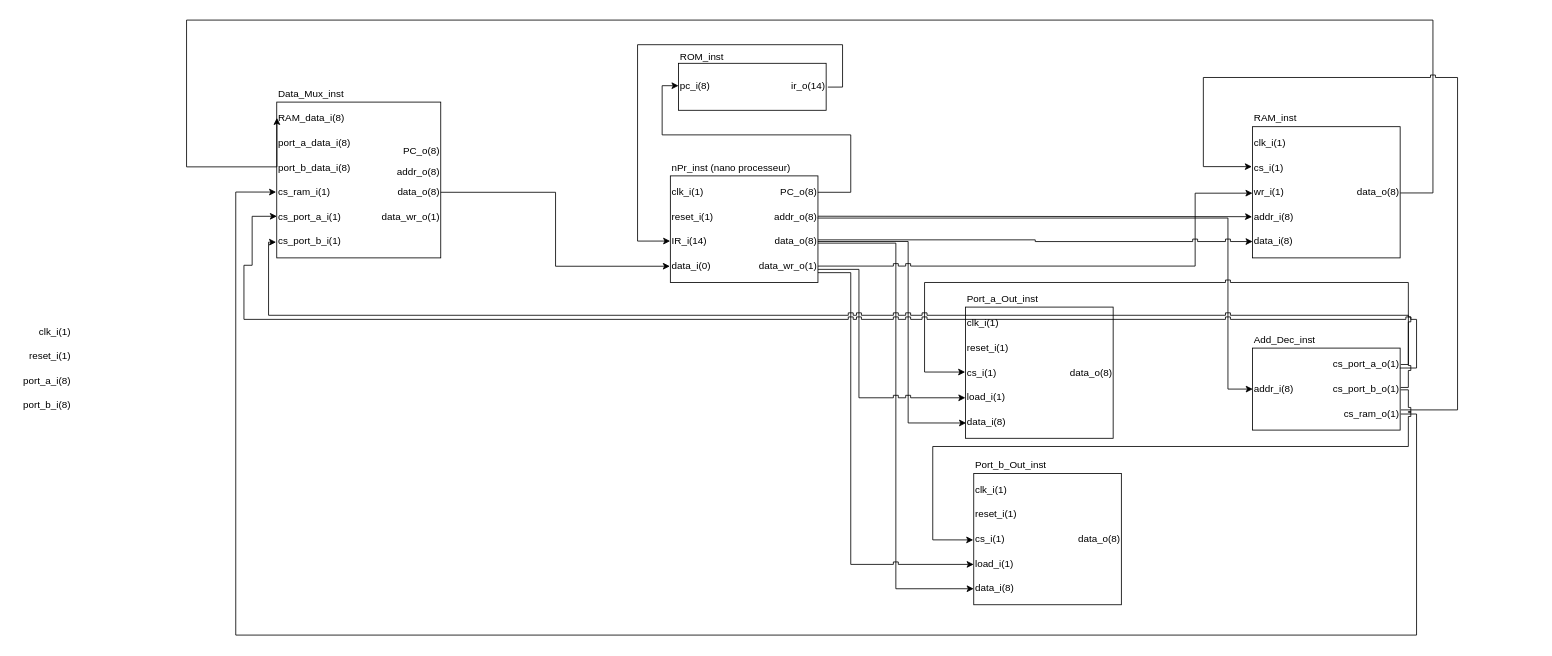
catabozan/sysnum-applique keeps this draw.io diagram as _documents/schemas/nanoControleur.drawio. Above is the earlier version. Source tidied: cells renumbered, new cells numbered last; positions are measured from the earlier drawing's top-left corner, leaving out a move shared by most shapes. Both pictures are drawn from the tidied source at 82%, with x=0, y=0 at pixel (14, 20).
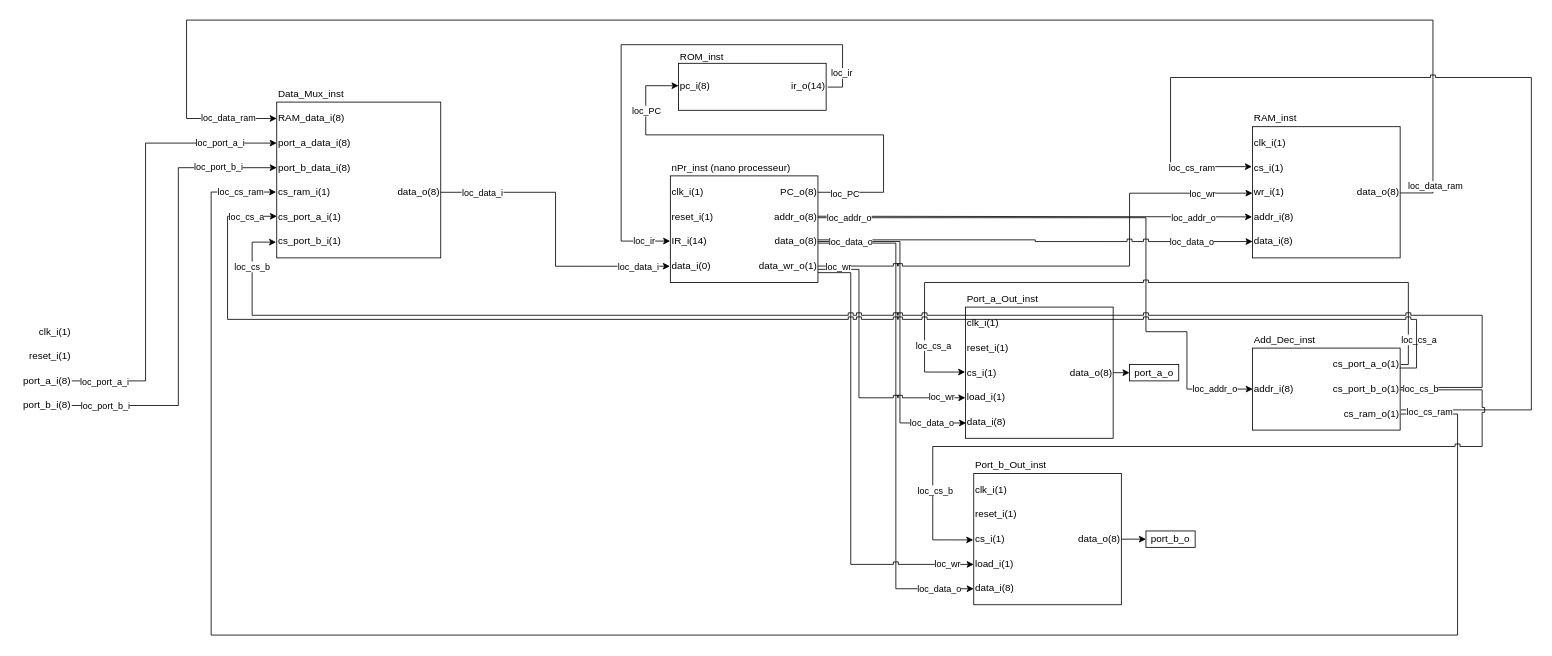
The same page after the edit.

Commit message:
feat: add local signals in nanoController schema

Unchanged cells that the change refers to:
```xml
<mxCell id="6" value="IR_i(14)" style="text;html=1;align=left;verticalAlign=middle;points=[];strokeColor=none;fillColor=none;" parent="2" vertex="1">
<mxCell id="9" value="PC_o(8)" style="text;html=1;align=right;verticalAlign=middle;points=[];strokeColor=none;fillColor=none;" parent="2" vertex="1">
<mxCell id="10" value="addr_o(8)" style="text;html=1;align=right;verticalAlign=middle;points=[];strokeColor=none;fillColor=none;" parent="2" vertex="1">
<mxCell id="11" value="data_o(8)" style="text;html=1;align=right;verticalAlign=middle;points=[];strokeColor=none;fillColor=none;" parent="2" vertex="1">
<mxCell id="12" value="data_wr_o(1)" style="text;html=1;align=right;verticalAlign=middle;points=[];strokeColor=none;fillColor=none;" parent="2" vertex="1">
<mxCell id="15" value="port_a_i(8)" style="text;html=1;align=right;verticalAlign=middle;points=[];strokeColor=none;fillColor=none;" parent="1" vertex="1">
<mxCell id="16" value="port_b_i(8)" style="text;html=1;align=right;verticalAlign=middle;points=[];strokeColor=none;fillColor=none;" parent="1" vertex="1">
<mxCell id="17" style="group;" parent="1" vertex="1">
<mxCell id="19" value="RAM_data_i(8)" style="text;html=1;align=left;verticalAlign=middle;points=[];strokeColor=none;fillColor=none;" parent="17" vertex="1">
<mxCell id="20" value="port_a_data_i(8)" style="text;html=1;align=left;verticalAlign=middle;points=[];strokeColor=none;fillColor=none;" parent="17" vertex="1">
<mxCell id="21" value="port_b_data_i(8)" style="text;html=1;align=left;verticalAlign=middle;points=[];strokeColor=none;fillColor=none;" parent="17" vertex="1">
<mxCell id="23" value="cs_ram_i(1)" style="text;html=1;align=left;verticalAlign=middle;points=[];strokeColor=none;fillColor=none;" parent="17" vertex="1">
<mxCell id="28" value="cs_port_a_i(1)" style="text;html=1;align=left;verticalAlign=middle;points=[];strokeColor=none;fillColor=none;" parent="17" vertex="1">
<mxCell id="29" value="cs_port_b_i(1)" style="text;html=1;align=left;verticalAlign=middle;points=[];strokeColor=none;fillColor=none;" parent="17" vertex="1">
<mxCell id="37" value="data_o(8)" style="text;html=1;align=right;verticalAlign=middle;points=[];strokeColor=none;fillColor=none;" parent="30" vertex="1">
<mxCell id="38" value="data_i(8)" style="text;html=1;align=left;verticalAlign=middle;points=[];strokeColor=none;fillColor=none;" parent="30" vertex="1">
<mxCell id="42" value="cs_i(1)" style="text;html=1;align=left;verticalAlign=middle;points=[];strokeColor=none;fillColor=none;" parent="39" vertex="1">
<mxCell id="46" value="data_o(8)" style="text;html=1;align=right;verticalAlign=middle;points=[];strokeColor=none;fillColor=none;" parent="39" vertex="1">
<mxCell id="50" value="addr_i(8)" style="text;html=1;align=left;verticalAlign=middle;points=[];strokeColor=none;fillColor=none;" parent="48" vertex="1">
<mxCell id="53" value="cs_port_b_o(1)" style="text;html=1;align=right;verticalAlign=middle;points=[];strokeColor=none;fillColor=none;" parent="48" vertex="1">
<mxCell id="54" value="cs_ram_o(1)" style="text;html=1;align=right;verticalAlign=middle;points=[];strokeColor=none;fillColor=none;" parent="48" vertex="1">
<mxCell id="58" value="pc_i(8)" style="text;html=1;align=left;verticalAlign=middle;points=[];strokeColor=none;fillColor=none;" parent="55" vertex="1">
<mxCell id="59" value="ir_o(14)" style="text;html=1;align=right;verticalAlign=middle;points=[];strokeColor=none;fillColor=none;" parent="55" vertex="1">
<mxCell id="65" value="cs_i(1)" style="text;html=1;align=left;verticalAlign=middle;points=[];strokeColor=none;fillColor=none;" parent="62" vertex="1">
<mxCell id="66" value="wr_i(1)" style="text;html=1;align=left;verticalAlign=middle;points=[];strokeColor=none;fillColor=none;" parent="62" vertex="1">
<mxCell id="68" value="addr_i(8)" style="text;html=1;align=left;verticalAlign=middle;points=[];strokeColor=none;fillColor=none;" parent="62" vertex="1">
<mxCell id="69" value="data_o(8)" style="text;html=1;align=right;verticalAlign=middle;points=[];strokeColor=none;fillColor=none;" parent="62" vertex="1">
<mxCell id="73" style="edgeStyle=orthogonalEdgeStyle;rounded=0;jettySize=auto;html=1;entryX=-0.008;entryY=0.509;entryDx=0;entryDy=0;entryPerimeter=0;" parent="1" edge="1" source="26" target="8">
<mxCell id="75" style="edgeStyle=orthogonalEdgeStyle;rounded=0;jettySize=auto;html=1;entryX=-0.001;entryY=0.524;entryDx=0;entryDy=0;entryPerimeter=0;" parent="1" edge="1" target="47">
<mxCell id="77" style="edgeStyle=orthogonalEdgeStyle;html=1;jumpStyle=sharp;rounded=0;entryX=0.001;entryY=0.503;entryDx=0;entryDy=0;entryPerimeter=0;" parent="1" edge="1" target="70">
<mxCell id="78" style="edgeStyle=orthogonalEdgeStyle;rounded=0;jumpStyle=sharp;html=1;entryX=-0.003;entryY=0.53;entryDx=0;entryDy=0;entryPerimeter=0;" parent="1" edge="1" target="36">
<mxCell id="79" style="edgeStyle=orthogonalEdgeStyle;rounded=0;jumpStyle=sharp;html=1;entryX=-0.001;entryY=0.54;entryDx=0;entryDy=0;entryPerimeter=0;" parent="1" edge="1" target="45">
<mxCell id="83" style="edgeStyle=orthogonalEdgeStyle;rounded=0;jumpStyle=sharp;html=1;entryX=-0.009;entryY=0.461;entryDx=0;entryDy=0;entryPerimeter=0;exitX=1.009;exitY=0.5;exitDx=0;exitDy=0;exitPerimeter=0;" parent="1" edge="1" source="52" target="33">
```

Change to the diagram source:
```diff
@@
+    <mxCell id="87" style="edgeStyle=orthogonalEdgeStyle;html=1;rounded=0;" parent="1" edge="1" source="15" target="20">
+      <mxGeometry relative="1" as="geometry">
+        <Array as="points">
+          <mxPoint x="160" y="440" />
+          <mxPoint x="160" y="150" />
+        </Array>
+      </mxGeometry>
+    </mxCell>
+    <mxCell id="88" value="loc_port_a_i" style="edgeLabel;html=1;align=center;verticalAlign=middle;" parent="87" vertex="1">
+      <mxGeometry x="-0.91" relative="1" as="geometry">
+        <mxPoint x="15" as="offset" />
+      </mxGeometry>
+    </mxCell>
+    <mxCell id="89" value="loc_port_a_i" style="edgeLabel;html=1;align=center;verticalAlign=middle;" parent="87" vertex="1">
+      <mxGeometry x="0.77" y="-2" relative="1" as="geometry">
+        <mxPoint x="-8" y="-3" as="offset" />
+      </mxGeometry>
+    </mxCell>
@@
+    <mxCell id="90" style="edgeStyle=orthogonalEdgeStyle;rounded=0;html=1;" parent="1" edge="1" source="16" target="21">
+      <mxGeometry relative="1" as="geometry">
+        <Array as="points">
+          <mxPoint x="200" y="470" />
+          <mxPoint x="200" y="180" />
+        </Array>
+      </mxGeometry>
+    </mxCell>
+    <mxCell id="91" value="loc_port_b_i" style="edgeLabel;html=1;align=center;verticalAlign=middle;" parent="90" vertex="1">
+      <mxGeometry x="-0.87" relative="1" as="geometry">
+        <mxPoint x="5" as="offset" />
+      </mxGeometry>
+    </mxCell>
+    <mxCell id="92" value="loc_port_b_i" style="edgeLabel;html=1;align=center;verticalAlign=middle;" parent="90" vertex="1">
+      <mxGeometry x="0.72" y="2" relative="1" as="geometry">
+        <mxPoint x="4" as="offset" />
+      </mxGeometry>
+    </mxCell>
@@
-    <mxCell id="24" value="PC_o(8)" style="text;html=1;align=right;verticalAlign=middle;strokeColor=none;fillColor=none;" parent="17" vertex="1">
-      <mxGeometry x="100" y="70" width="100" height="20" as="geometry" />
-    </mxCell>
-    <mxCell id="25" value="addr_o(8)" style="text;html=1;align=right;verticalAlign=middle;strokeColor=none;fillColor=none;" parent="17" vertex="1">
-      <mxGeometry x="100" y="95" width="100" height="20" as="geometry" />
-    </mxCell>
@@
-    <mxCell id="27" value="data_wr_o(1)" style="text;html=1;align=right;verticalAlign=middle;strokeColor=none;fillColor=none;" parent="17" vertex="1">
-      <mxGeometry x="100" y="150" width="100" height="20" as="geometry" />
-    </mxCell>
@@
     <mxCell id="60" style="edgeStyle=orthogonalEdgeStyle;rounded=0;jettySize=auto;html=1;entryX=0;entryY=0.432;entryDx=0;entryDy=0;entryPerimeter=0;" parent="1" edge="1" source="9" target="58">
       <mxGeometry relative="1" as="geometry">
         <Array as="points">
-          <mxPoint x="1020" y="210" />
-          <mxPoint x="1020" y="140" />
-          <mxPoint x="790" y="140" />
-          <mxPoint x="790" y="80" />
+          <mxPoint x="1060" y="210" />
+          <mxPoint x="1060" y="140" />
+          <mxPoint x="770" y="140" />
+          <mxPoint x="770" y="80" />
         </Array>
       </mxGeometry>
     </mxCell>
+    <mxCell id="93" value="loc_PC" style="edgeLabel;html=1;align=center;verticalAlign=middle;" parent="60" vertex="1">
+      <mxGeometry x="-0.88" y="-1" relative="1" as="geometry" />
+    </mxCell>
+    <mxCell id="94" value="loc_PC" style="edgeLabel;html=1;align=center;verticalAlign=middle;" parent="60" vertex="1">
+      <mxGeometry x="0.9" relative="1" as="geometry">
+        <mxPoint x="-12" y="30" as="offset" />
+      </mxGeometry>
+    </mxCell>
     <mxCell id="61" style="edgeStyle=orthogonalEdgeStyle;rounded=0;jettySize=auto;html=1;entryX=-0.004;entryY=0.474;entryDx=0;entryDy=0;entryPerimeter=0;exitX=1.023;exitY=0.516;exitDx=0;exitDy=0;exitPerimeter=0;" parent="1" edge="1" source="59" target="6">
       <mxGeometry relative="1" as="geometry">
         <Array as="points">
           <mxPoint x="1010" y="82" />
           <mxPoint x="1010" y="30" />
-          <mxPoint x="760" y="30" />
-          <mxPoint x="760" y="270" />
+          <mxPoint x="740" y="30" />
+          <mxPoint x="740" y="270" />
         </Array>
       </mxGeometry>
     </mxCell>
+    <mxCell id="95" value="loc_ir" style="edgeLabel;html=1;align=center;verticalAlign=middle;" parent="61" vertex="1">
+      <mxGeometry x="0.9" relative="1" as="geometry" />
+    </mxCell>
+    <mxCell id="96" value="loc_ir" style="edgeLabel;html=1;align=center;verticalAlign=middle;" parent="61" vertex="1">
+      <mxGeometry x="-0.89" y="2" relative="1" as="geometry" />
+    </mxCell>
@@
     <mxCell id="71" style="edgeStyle=orthogonalEdgeStyle;rounded=0;jettySize=auto;html=1;exitX=0.999;exitY=0.46;exitDx=0;exitDy=0;exitPerimeter=0;entryX=-0.008;entryY=0.5;entryDx=0;entryDy=0;entryPerimeter=0;jumpStyle=sharp;" parent="1" edge="1" source="10" target="68">
       <mxGeometry relative="1" as="geometry">
         <Array as="points">
-          <mxPoint x="1490" y="239" />
+          <mxPoint x="1245" y="239" />
           <mxPoint x="1509" y="240" />
         </Array>
       </mxGeometry>
     </mxCell>
+    <mxCell id="97" value="loc_addr_o" style="edgeLabel;html=1;align=center;verticalAlign=middle;" parent="71" vertex="1">
+      <mxGeometry x="0.73" y="-1" relative="1" as="geometry" />
+    </mxCell>
-    <mxCell id="72" style="edgeStyle=orthogonalEdgeStyle;rounded=0;jettySize=auto;html=1;entryX=0.006;entryY=0.5;entryDx=0;entryDy=0;entryPerimeter=0;exitX=0.994;exitY=0.572;exitDx=0;exitDy=0;exitPerimeter=0;jumpStyle=sharp;" parent="1" edge="1" source="10" target="50">
+    <mxCell id="72" style="edgeStyle=orthogonalEdgeStyle;rounded=0;jettySize=auto;html=1;entryX=0.006;entryY=0.5;entryDx=0;entryDy=0;entryPerimeter=0;jumpStyle=sharp;" parent="1" edge="1" source="10" target="50">
       <mxGeometry relative="1" as="geometry">
         <Array as="points">
-          <mxPoint x="1480" y="241" />
-          <mxPoint x="1480" y="450" />
+          <mxPoint x="1380" y="241" />
+          <mxPoint x="1380" y="380" />
+          <mxPoint x="1430" y="380" />
+          <mxPoint x="1430" y="450" />
         </Array>
       </mxGeometry>
     </mxCell>
+    <mxCell id="98" value="loc_addr_o" style="edgeLabel;html=1;align=center;verticalAlign=middle;" parent="72" vertex="1">
+      <mxGeometry x="-0.9" y="-1" relative="1" as="geometry">
+        <mxPoint y="-2" as="offset" />
+      </mxGeometry>
+    </mxCell>
+    <mxCell id="99" value="loc_addr_o" style="edgeLabel;html=1;align=center;verticalAlign=middle;" parent="72" vertex="1">
+      <mxGeometry x="0.84" y="-1" relative="1" as="geometry">
+        <mxPoint x="12" y="-2" as="offset" />
+      </mxGeometry>
+    </mxCell>
@@
+    <mxCell id="100" value="loc_data_i" style="edgeLabel;html=1;align=center;verticalAlign=middle;" parent="73" vertex="1">
+      <mxGeometry x="0.74" y="-1" relative="1" as="geometry">
+        <mxPoint x="9" y="-1" as="offset" />
+      </mxGeometry>
+    </mxCell>
+    <mxCell id="101" value="loc_data_i" style="edgeLabel;html=1;align=center;verticalAlign=middle;" parent="73" vertex="1">
+      <mxGeometry x="-0.73" relative="1" as="geometry" />
+    </mxCell>
     <mxCell id="74" style="edgeStyle=orthogonalEdgeStyle;rounded=0;jettySize=auto;html=1;entryX=0.009;entryY=0.567;entryDx=0;entryDy=0;entryPerimeter=0;" parent="1" edge="1" source="11" target="38">
       <mxGeometry relative="1" as="geometry">
         <Array as="points">
-          <mxPoint x="1090" y="270" />
-          <mxPoint x="1090" y="491" />
+          <mxPoint x="1080" y="270" />
+          <mxPoint x="1080" y="491" />
         </Array>
       </mxGeometry>
     </mxCell>
+    <mxCell id="102" value="loc_data_o" style="edgeLabel;html=1;align=center;verticalAlign=middle;" parent="74" vertex="1">
+      <mxGeometry x="0.8" y="-1" relative="1" as="geometry">
+        <mxPoint x="-2" y="-2" as="offset" />
+      </mxGeometry>
+    </mxCell>
@@
+    <mxCell id="103" value="loc_data_o" style="edgeLabel;html=1;align=center;verticalAlign=middle;" parent="75" vertex="1">
+      <mxGeometry x="0.89" y="1" relative="1" as="geometry">
+        <mxPoint x="-9" y="1" as="offset" />
+      </mxGeometry>
+    </mxCell>
     <mxCell id="76" style="edgeStyle=orthogonalEdgeStyle;rounded=0;jettySize=auto;html=1;entryX=-0.001;entryY=0.553;entryDx=0;entryDy=0;entryPerimeter=0;jumpStyle=sharp;" parent="1" edge="1" source="12" target="66">
       <mxGeometry relative="1" as="geometry">
         <Array as="points">
-          <mxPoint x="1440" y="300" />
-          <mxPoint x="1440" y="211" />
+          <mxPoint x="1360" y="300" />
+          <mxPoint x="1360" y="211" />
         </Array>
       </mxGeometry>
     </mxCell>
+    <mxCell id="104" value="loc_wr" style="edgeLabel;html=1;align=center;verticalAlign=middle;" parent="76" vertex="1">
+      <mxGeometry x="0.8" relative="1" as="geometry" />
+    </mxCell>
@@
+    <mxCell id="105" value="loc_data_o" style="edgeLabel;html=1;align=center;verticalAlign=middle;" parent="77" vertex="1">
+      <mxGeometry x="-0.88" relative="1" as="geometry">
+        <mxPoint x="7" y="2" as="offset" />
+      </mxGeometry>
+    </mxCell>
+    <mxCell id="106" value="loc_data_o" style="edgeLabel;html=1;align=center;verticalAlign=middle;" parent="77" vertex="1">
+      <mxGeometry x="0.72" relative="1" as="geometry" />
+    </mxCell>
@@
+    <mxCell id="107" value="loc_wr" style="edgeLabel;html=1;align=center;verticalAlign=middle;" parent="78" vertex="1">
+      <mxGeometry x="-0.9" y="-1" relative="1" as="geometry">
+        <mxPoint x="7" y="-5" as="offset" />
+      </mxGeometry>
+    </mxCell>
+    <mxCell id="108" value="loc_wr" style="edgeLabel;html=1;align=center;verticalAlign=middle;" parent="78" vertex="1">
+      <mxGeometry x="0.74" y="1" relative="1" as="geometry">
+        <mxPoint x="14" as="offset" />
+      </mxGeometry>
+    </mxCell>
@@
+    <mxCell id="109" value="loc_wr" style="edgeLabel;html=1;align=center;verticalAlign=middle;" parent="79" vertex="1">
+      <mxGeometry x="0.81" relative="1" as="geometry">
+        <mxPoint x="19" as="offset" />
+      </mxGeometry>
+    </mxCell>
-    <mxCell id="80" style="edgeStyle=orthogonalEdgeStyle;rounded=0;jumpStyle=sharp;html=1;entryX=0.002;entryY=0.466;entryDx=0;entryDy=0;entryPerimeter=0;exitX=1.003;exitY=0.541;exitDx=0;exitDy=0;exitPerimeter=0;" parent="1" edge="1" source="69" target="19">
+    <mxCell id="80" style="edgeStyle=orthogonalEdgeStyle;rounded=0;jumpStyle=sharp;html=1;exitX=1.003;exitY=0.541;exitDx=0;exitDy=0;exitPerimeter=0;" parent="1" edge="1" source="69" target="19">
       <mxGeometry relative="1" as="geometry">
         <Array as="points">
           <mxPoint x="1730" y="211" />
           <mxPoint x="1730" />
           <mxPoint x="210" />
-          <mxPoint x="210" y="179" />
+          <mxPoint x="210" y="120" />
         </Array>
       </mxGeometry>
     </mxCell>
+    <mxCell id="110" value="loc_data_ram" style="edgeLabel;html=1;align=center;verticalAlign=middle;" parent="80" vertex="1">
+      <mxGeometry x="0.94" y="1" relative="1" as="geometry" />
+    </mxCell>
+    <mxCell id="111" value="loc_data_ram" style="edgeLabel;html=1;align=center;verticalAlign=middle;" parent="80" vertex="1">
+      <mxGeometry x="-0.93" y="-2" relative="1" as="geometry">
+        <mxPoint y="22" as="offset" />
+      </mxGeometry>
+    </mxCell>
     <mxCell id="81" style="edgeStyle=orthogonalEdgeStyle;rounded=0;jumpStyle=sharp;html=1;entryX=-0.01;entryY=0.486;entryDx=0;entryDy=0;entryPerimeter=0;exitX=1.008;exitY=0.521;exitDx=0;exitDy=0;exitPerimeter=0;" parent="1" edge="1" source="54" target="23">
       <mxGeometry relative="1" as="geometry">
         <Array as="points">
-          <mxPoint x="1710" y="480" />
-          <mxPoint x="1710" y="750" />
-          <mxPoint x="270" y="750" />
-          <mxPoint x="270" y="210" />
+          <mxPoint x="1760" y="480" />
+          <mxPoint x="1760" y="750" />
+          <mxPoint x="240" y="750" />
+          <mxPoint x="240" y="210" />
         </Array>
       </mxGeometry>
     </mxCell>
+    <mxCell id="112" value="loc_cs_ram" style="edgeLabel;html=1;align=center;verticalAlign=middle;" parent="81" vertex="1">
+      <mxGeometry x="0.95" y="1" relative="1" as="geometry">
+        <mxPoint x="19" y="1" as="offset" />
+      </mxGeometry>
+    </mxCell>
     <mxCell id="82" style="edgeStyle=orthogonalEdgeStyle;rounded=0;jumpStyle=sharp;html=1;entryX=-0.016;entryY=0.436;entryDx=0;entryDy=0;entryPerimeter=0;exitX=1.011;exitY=0.269;exitDx=0;exitDy=0;exitPerimeter=0;" parent="1" edge="1" source="54" target="65">
       <mxGeometry relative="1" as="geometry">
         <Array as="points">
-          <mxPoint x="1760" y="475" />
-          <mxPoint x="1760" y="70" />
-          <mxPoint x="1450" y="70" />
-          <mxPoint x="1450" y="179" />
+          <mxPoint x="1850" y="475" />
+          <mxPoint x="1850" y="70" />
+          <mxPoint x="1410" y="70" />
+          <mxPoint x="1410" y="179" />
         </Array>
       </mxGeometry>
     </mxCell>
+    <mxCell id="113" value="loc_cs_ram" style="edgeLabel;html=1;align=center;verticalAlign=middle;" parent="82" vertex="1">
+      <mxGeometry x="0.87" y="1" relative="1" as="geometry">
+        <mxPoint x="5" y="2" as="offset" />
+      </mxGeometry>
+    </mxCell>
+    <mxCell id="114" value="loc_cs_ram" style="edgeLabel;html=1;align=center;verticalAlign=middle;" parent="82" vertex="1">
+      <mxGeometry x="-0.96" y="-2" relative="1" as="geometry">
+        <mxPoint x="11" as="offset" />
+      </mxGeometry>
+    </mxCell>
@@
+    <mxCell id="115" value="loc_cs_a" style="edgeLabel;html=1;align=center;verticalAlign=middle;" parent="83" vertex="1">
+      <mxGeometry x="0.81" relative="1" as="geometry">
+        <mxPoint x="10" as="offset" />
+      </mxGeometry>
+    </mxCell>
+    <mxCell id="116" value="loc_cs_a" style="edgeLabel;html=1;align=center;verticalAlign=middle;" parent="83" vertex="1">
+      <mxGeometry x="-0.92" y="1" relative="1" as="geometry">
+        <mxPoint x="13" y="-6" as="offset" />
+      </mxGeometry>
+    </mxCell>
     <mxCell id="84" style="edgeStyle=orthogonalEdgeStyle;rounded=0;jumpStyle=sharp;html=1;entryX=-0.012;entryY=0.547;entryDx=0;entryDy=0;entryPerimeter=0;exitX=1.007;exitY=0.546;exitDx=0;exitDy=0;exitPerimeter=0;" parent="1" edge="1" source="53" target="42">
       <mxGeometry relative="1" as="geometry">
         <Array as="points">
-          <mxPoint x="1700" y="451" />
-          <mxPoint x="1700" y="520" />
+          <mxPoint x="1790" y="451" />
+          <mxPoint x="1790" y="520" />
           <mxPoint x="1120" y="520" />
           <mxPoint x="1120" y="634" />
         </Array>
       </mxGeometry>
     </mxCell>
+    <mxCell id="117" value="loc_cs_b" style="edgeLabel;html=1;align=center;verticalAlign=middle;" parent="84" vertex="1">
+      <mxGeometry x="0.78" y="2" relative="1" as="geometry" />
+    </mxCell>
     <mxCell id="85" style="edgeStyle=orthogonalEdgeStyle;rounded=0;jumpStyle=sharp;html=1;entryX=0.002;entryY=0.463;entryDx=0;entryDy=0;entryPerimeter=0;exitX=0.994;exitY=0.467;exitDx=0;exitDy=0;exitPerimeter=0;" parent="1" edge="1" target="28">
       <mxGeometry relative="1" as="geometry">
         <mxPoint x="1689.5" y="424.3" as="sourcePoint" />
         <Array as="points">
           <mxPoint x="1710" y="424" />
           <mxPoint x="1710" y="365" />
-          <mxPoint x="280" y="365" />
-          <mxPoint x="280" y="299" />
-          <mxPoint x="290" y="299" />
+          <mxPoint x="260" y="365" />
+          <mxPoint x="260" y="239" />
         </Array>
       </mxGeometry>
     </mxCell>
+    <mxCell id="118" value="loc_cs_a" style="edgeLabel;html=1;align=center;verticalAlign=middle;" parent="85" vertex="1">
+      <mxGeometry x="0.95" y="-1" relative="1" as="geometry">
+        <mxPoint x="5" y="-1" as="offset" />
+      </mxGeometry>
+    </mxCell>
     <mxCell id="86" style="edgeStyle=orthogonalEdgeStyle;rounded=0;jumpStyle=sharp;html=1;entryX=-0.008;entryY=0.539;entryDx=0;entryDy=0;entryPerimeter=0;exitX=1.007;exitY=0.402;exitDx=0;exitDy=0;exitPerimeter=0;" parent="1" edge="1" source="53" target="29">
-      <mxGeometry relative="1" as="geometry" />
+      <mxGeometry relative="1" as="geometry">
+        <Array as="points">
+          <mxPoint x="1790" y="448" />
+          <mxPoint x="1790" y="360" />
+          <mxPoint x="290" y="360" />
+          <mxPoint x="290" y="271" />
+        </Array>
+      </mxGeometry>
     </mxCell>
+    <mxCell id="119" value="loc_cs_b" style="edgeLabel;html=1;align=center;verticalAlign=middle;" parent="86" vertex="1">
+      <mxGeometry x="0.9" y="1" relative="1" as="geometry">
+        <mxPoint y="-32" as="offset" />
+      </mxGeometry>
+    </mxCell>
+    <mxCell id="120" value="loc_cs_b" style="edgeLabel;html=1;align=center;verticalAlign=middle;" parent="86" vertex="1">
+      <mxGeometry x="-0.96" y="-1" relative="1" as="geometry">
+        <mxPoint x="-12" as="offset" />
+      </mxGeometry>
+    </mxCell>
+    <mxCell id="121" style="edgeStyle=orthogonalEdgeStyle;rounded=0;html=1;" parent="1" edge="1" source="37" target="122">
+      <mxGeometry relative="1" as="geometry" />
+    </mxCell>
+    <mxCell id="122" value="port_a_o" style="whiteSpace=wrap;html=1;" parent="1" vertex="1">
+      <mxGeometry x="1360" y="420" width="60" height="20" as="geometry" />
+    </mxCell>
+    <mxCell id="123" value="port_b_o" style="whiteSpace=wrap;html=1;" parent="1" vertex="1">
+      <mxGeometry x="1380" y="623" width="60" height="20" as="geometry" />
+    </mxCell>
+    <mxCell id="124" style="edgeStyle=orthogonalEdgeStyle;rounded=0;html=1;" parent="1" edge="1" source="46" target="123">
+      <mxGeometry relative="1" as="geometry" />
+    </mxCell>
```
